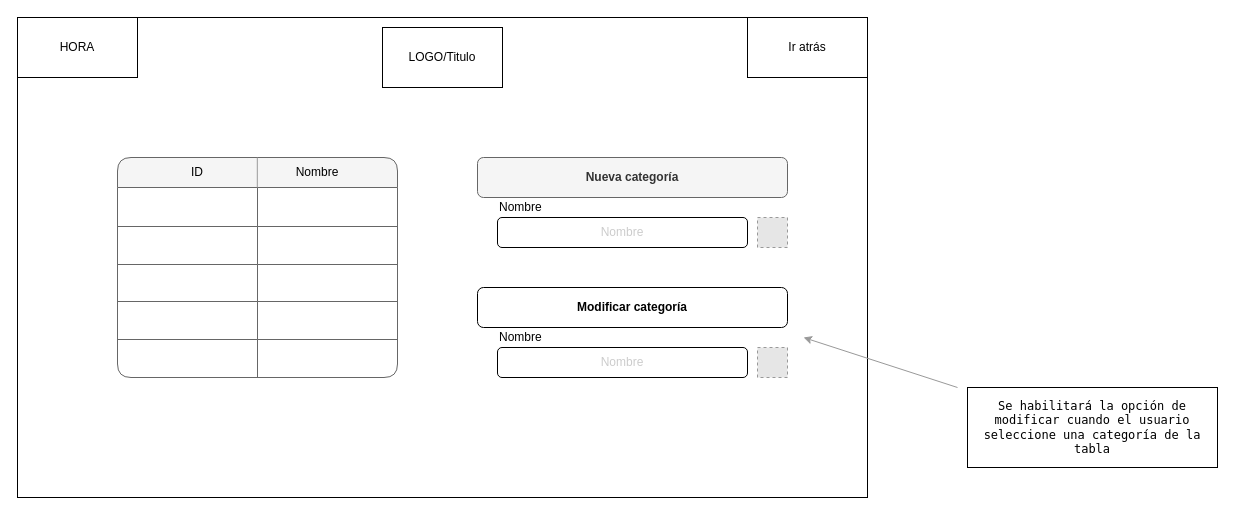
Before: page "Añadir/ Modificar categoria" (3 of 4) of docs/UI_PR_CLI.drawio in Universidad-Europea/PharmSquare, a draw.io diagram. Source tidied: cells renumbered, new cells numbered last; positions are measured from the earlier drawing's top-left corner, leaving out a move shared by most shapes. Both pictures are drawn from the tidied source at 100%, with x=0, y=0 at pixel (17, 17). Pictures stored in the file or linked from it are replaced by grey dashed boxes.
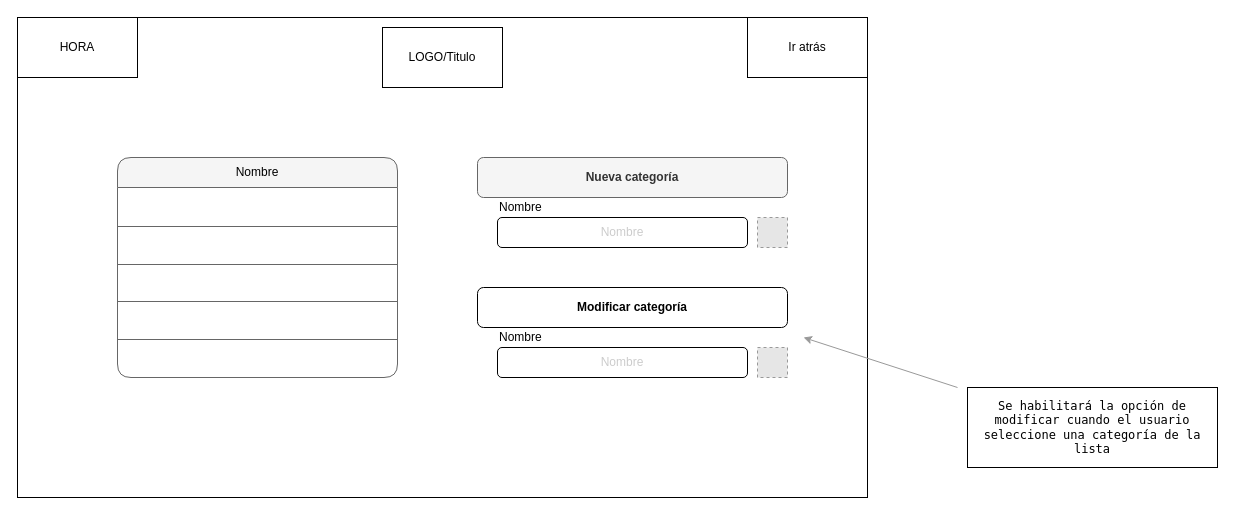
The same diagram, later.

The change refers to these unchanged cells:
```xml
<mxCell id="7" style="shape=tableRow;horizontal=0;startSize=0;swimlaneHead=0;swimlaneBody=0;top=0;left=0;bottom=0;right=0;fillColor=none;rounded=1;fontColor=#000000;strokeColor=#000000;strokeWidth=2;" parent="6" vertex="1">
  <mxGeometry y="30" width="280" height="39" as="geometry" />
</mxCell>
<mxCell id="10" style="shape=tableRow;horizontal=0;startSize=0;swimlaneHead=0;swimlaneBody=0;top=0;left=0;bottom=0;right=0;fillColor=none;rounded=1;fontColor=#000000;strokeColor=#000000;strokeWidth=2;" parent="6" vertex="1">
  <mxGeometry y="69" width="280" height="38" as="geometry" />
</mxCell>
<mxCell id="13" style="shape=tableRow;horizontal=0;startSize=0;swimlaneHead=0;swimlaneBody=0;top=0;left=0;bottom=0;right=0;fillColor=none;rounded=1;fontColor=#000000;strokeColor=#000000;strokeWidth=2;" parent="6" vertex="1">
  <mxGeometry y="107" width="280" height="37" as="geometry" />
</mxCell>
<mxCell id="16" style="shape=tableRow;horizontal=0;startSize=0;swimlaneHead=0;swimlaneBody=0;top=0;left=0;bottom=0;right=0;fillColor=none;rounded=1;fontColor=#000000;strokeColor=#000000;strokeWidth=2;" parent="6" vertex="1">
  <mxGeometry y="144" width="280" height="38" as="geometry" />
</mxCell>
<mxCell id="19" style="shape=tableRow;horizontal=0;startSize=0;swimlaneHead=0;swimlaneBody=0;top=0;left=0;bottom=0;right=0;fillColor=none;rounded=1;fontColor=#000000;strokeColor=#000000;strokeWidth=2;" parent="6" vertex="1">
  <mxGeometry y="182" width="280" height="38" as="geometry" />
</mxCell>
```

The edit, as a diff of the source:
```diff
@@
     <mxCell id="8" style="shape=partialRectangle;html=1;whiteSpace=wrap;fillColor=none;top=0;left=0;bottom=0;right=0;overflow=hidden;rounded=1;fontColor=#000000;strokeColor=#000000;strokeWidth=2;" parent="7" vertex="1">
-      <mxGeometry width="140" height="39" as="geometry" />
+      <mxGeometry width="280" height="39" as="geometry" />
     </mxCell>
-    <mxCell id="9" style="shape=partialRectangle;html=1;whiteSpace=wrap;fillColor=none;top=0;left=0;bottom=0;right=0;overflow=hidden;rounded=1;fontColor=#000000;strokeColor=#000000;strokeWidth=2;" parent="7" vertex="1">
-      <mxGeometry x="140" width="140" height="39" as="geometry" />
-    </mxCell>
@@
     <mxCell id="11" style="shape=partialRectangle;html=1;whiteSpace=wrap;fillColor=none;top=0;left=0;bottom=0;right=0;overflow=hidden;rounded=1;fontColor=#000000;strokeColor=#000000;strokeWidth=2;" parent="10" vertex="1">
-      <mxGeometry width="140" height="38" as="geometry" />
+      <mxGeometry width="280" height="38" as="geometry" />
     </mxCell>
-    <mxCell id="12" style="shape=partialRectangle;html=1;whiteSpace=wrap;fillColor=none;top=0;left=0;bottom=0;right=0;overflow=hidden;rounded=1;fontColor=#000000;strokeColor=#000000;strokeWidth=2;" parent="10" vertex="1">
-      <mxGeometry x="140" width="140" height="38" as="geometry" />
-    </mxCell>
@@
     <mxCell id="14" style="shape=partialRectangle;html=1;whiteSpace=wrap;fillColor=none;top=0;left=0;bottom=0;right=0;overflow=hidden;rounded=1;fontColor=#000000;strokeColor=#000000;strokeWidth=2;" parent="13" vertex="1">
-      <mxGeometry width="140" height="37" as="geometry" />
+      <mxGeometry width="280" height="37" as="geometry" />
     </mxCell>
-    <mxCell id="15" style="shape=partialRectangle;html=1;whiteSpace=wrap;fillColor=none;top=0;left=0;bottom=0;right=0;overflow=hidden;rounded=1;fontColor=#000000;strokeColor=#000000;strokeWidth=2;" parent="13" vertex="1">
-      <mxGeometry x="140" width="140" height="37" as="geometry" />
-    </mxCell>
@@
     <mxCell id="17" style="shape=partialRectangle;html=1;whiteSpace=wrap;fillColor=none;top=0;left=0;bottom=0;right=0;overflow=hidden;rounded=1;fontColor=#000000;strokeColor=#000000;strokeWidth=2;" parent="16" vertex="1">
-      <mxGeometry width="140" height="38" as="geometry" />
+      <mxGeometry width="280" height="38" as="geometry" />
     </mxCell>
-    <mxCell id="18" style="shape=partialRectangle;html=1;whiteSpace=wrap;fillColor=none;top=0;left=0;bottom=0;right=0;overflow=hidden;rounded=1;fontColor=#000000;strokeColor=#000000;strokeWidth=2;" parent="16" vertex="1">
-      <mxGeometry x="140" width="140" height="38" as="geometry" />
-    </mxCell>
@@
     <mxCell id="20" style="shape=partialRectangle;html=1;whiteSpace=wrap;fillColor=none;top=0;left=0;bottom=0;right=0;overflow=hidden;rounded=1;fontColor=#000000;strokeColor=#000000;strokeWidth=2;" parent="19" vertex="1">
-      <mxGeometry width="140" height="38" as="geometry" />
+      <mxGeometry width="280" height="38" as="geometry" />
     </mxCell>
-    <mxCell id="21" style="shape=partialRectangle;html=1;whiteSpace=wrap;fillColor=none;top=0;left=0;bottom=0;right=0;overflow=hidden;rounded=1;fontColor=#000000;strokeColor=#000000;strokeWidth=2;" parent="19" vertex="1">
-      <mxGeometry x="140" width="140" height="38" as="geometry" />
-    </mxCell>
-    <mxCell id="22" style="endArrow=none;html=1;rounded=0;fontColor=#000000;strokeColor=#999999;strokeWidth=1;" parent="1" edge="1">
-      <mxGeometry relative="1" as="geometry">
-        <mxPoint x="239.8" y="170" as="sourcePoint" />
-        <mxPoint x="239.8" y="140" as="targetPoint" />
-      </mxGeometry>
-    </mxCell>
@@
-    <mxCell id="35" value="ID" style="text;html=1;strokeColor=none;fillColor=none;align=center;verticalAlign=middle;whiteSpace=wrap;rounded=0;fontColor=#000000;" parent="1" vertex="1">
-      <mxGeometry x="150" y="140" width="60" height="30" as="geometry" />
-    </mxCell>
     <mxCell id="36" value="Nombre" style="text;html=1;strokeColor=none;fillColor=none;align=center;verticalAlign=middle;whiteSpace=wrap;rounded=0;fontColor=#000000;" parent="1" vertex="1">
-      <mxGeometry x="270" y="140" width="60" height="30" as="geometry" />
+      <mxGeometry x="210" y="140" width="60" height="30" as="geometry" />
     </mxCell>
@@
-    <mxCell id="38" value="&lt;font face=&quot;Lucida Console&quot;&gt;Se habilitará la opción de modificar cuando el usuario seleccione una categoría de la tabla&lt;/font&gt;" style="rounded=0;whiteSpace=wrap;html=1;fontColor=#000000;strokeColor=#000000;strokeWidth=1;fillColor=default;" parent="1" vertex="1">
+    <mxCell id="38" value="&lt;font face=&quot;Lucida Console&quot;&gt;Se habilitará la opción de modificar cuando el usuario seleccione una categoría de la lista&lt;/font&gt;" style="rounded=0;whiteSpace=wrap;html=1;fontColor=#000000;strokeColor=#000000;strokeWidth=1;fillColor=default;" parent="1" vertex="1">
       <mxGeometry x="950" y="370" width="250" height="80" as="geometry" />
     </mxCell>
```
